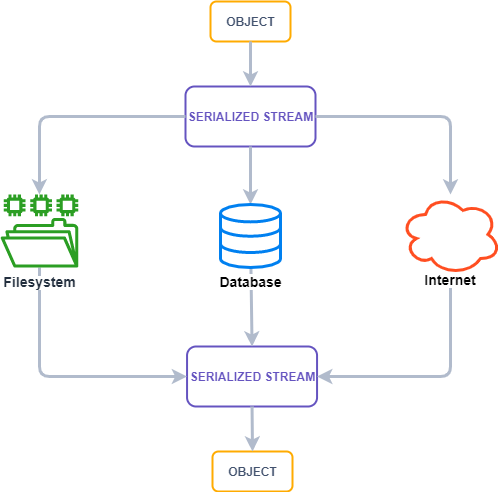
klezVirus/klezVirus.github.io keeps this draw.io diagram as images/Serialization Diagram.png. Above is the earlier version. Source tidied: cells renumbered, new cells last; positions are measured from the earlier drawing's top-left corner, leaving out a move shared by most shapes. Its diagram source:
```xml
<mxGraphModel>
  <root>
    <mxCell id="0" />
    <mxCell id="1" parent="0" />
    <mxCell id="2" value="OBJECT" style="dashed=0;html=1;rounded=1;strokeColor=#FFAB00;fontSize=12;align=center;fontStyle=1;strokeWidth=2;fontColor=#42526E;" parent="1" vertex="1">
      <mxGeometry x="210" width="80" height="40" as="geometry" />
    </mxCell>
    <mxCell id="3" value="SERIALIZED STREAM" style="dashed=0;html=1;rounded=1;strokeColor=#6554C0;fontSize=12;align=center;fontStyle=1;strokeWidth=2;fontColor=#6554C0;" parent="1" vertex="1">
      <mxGeometry x="185" y="85" width="130" height="60" as="geometry" />
    </mxCell>
    <mxCell id="4" style="edgeStyle=segmentEdgeStyle;endArrow=classic;html=1;exitX=1;exitY=0.5;exitDx=0;exitDy=0;strokeWidth=3;strokeColor=#B1BBCC;" parent="1" edge="1" source="3" target="13">
      <mxGeometry relative="1" as="geometry" />
    </mxCell>
    <mxCell id="5" style="edgeStyle=segmentEdgeStyle;endArrow=classic;html=1;exitX=0;exitY=0.5;exitDx=0;exitDy=0;strokeWidth=3;strokeColor=#B1BBCC;" parent="1" edge="1" source="3" target="11">
      <mxGeometry relative="1" as="geometry" />
    </mxCell>
    <mxCell id="6" style="endArrow=classic;html=1;exitX=0.5;exitY=1;exitDx=0;exitDy=0;strokeWidth=3;strokeColor=#B1BBCC;" parent="1" edge="1" source="3" target="12">
      <mxGeometry relative="1" as="geometry" />
    </mxCell>
    <mxCell id="7" value="SERIALIZED STREAM" style="dashed=0;html=1;rounded=1;strokeColor=#6554C0;fontSize=12;align=center;fontStyle=1;strokeWidth=2;fontColor=#6554C0;" parent="1" vertex="1">
      <mxGeometry x="186.6" y="345" width="130" height="60" as="geometry" />
    </mxCell>
    <mxCell id="8" style="edgeStyle=segmentEdgeStyle;endArrow=none;html=1;exitX=1;exitY=0.5;exitDx=0;exitDy=0;strokeWidth=3;strokeColor=#B1BBCC;startArrow=classic;startFill=1;endFill=0;" parent="1" edge="1" source="7" target="13">
      <mxGeometry relative="1" as="geometry" />
    </mxCell>
    <mxCell id="9" style="edgeStyle=segmentEdgeStyle;endArrow=none;html=1;exitX=0;exitY=0.5;exitDx=0;exitDy=0;strokeWidth=3;strokeColor=#B1BBCC;startArrow=classic;startFill=1;endFill=0;" parent="1" edge="1" source="7" target="11">
      <mxGeometry relative="1" as="geometry" />
    </mxCell>
    <mxCell id="10" style="endArrow=none;html=1;exitX=0.5;exitY=0;exitDx=0;exitDy=0;strokeWidth=3;strokeColor=#B1BBCC;startArrow=classic;startFill=1;endFill=0;" parent="1" edge="1" source="7" target="12">
      <mxGeometry relative="1" as="geometry" />
    </mxCell>
    <mxCell id="11" value="&lt;span style=&quot;background-color: rgb(255 , 255 , 255)&quot;&gt;&lt;b style=&quot;font-size: 14px&quot;&gt;Filesystem&lt;/b&gt;&lt;/span&gt;" style="outlineConnect=0;fontColor=#232F3E;gradientColor=none;fillColor=#2B9E23;strokeColor=none;dashed=0;verticalLabelPosition=bottom;verticalAlign=top;align=center;html=1;fontSize=12;fontStyle=0;shape=mxgraph.aws4.file_system;" parent="1" vertex="1">
      <mxGeometry y="193" width="78" height="73" as="geometry" />
    </mxCell>
    <mxCell id="12" value="&lt;font style=&quot;font-size: 14px&quot;&gt;&lt;b&gt;Database&lt;/b&gt;&lt;/font&gt;" style="html=1;verticalLabelPosition=bottom;align=center;labelBackgroundColor=#ffffff;verticalAlign=top;strokeWidth=3;strokeColor=#0080F0;shadow=0;dashed=0;shape=mxgraph.ios7.icons.data;" parent="1" vertex="1">
      <mxGeometry x="220" y="203" width="60" height="63" as="geometry" />
    </mxCell>
    <mxCell id="13" value="&lt;span style=&quot;background-color: rgb(255 , 255 , 255)&quot;&gt;&lt;font style=&quot;font-size: 14px&quot;&gt;&lt;b&gt;Internet&lt;/b&gt;&lt;/font&gt;&lt;/span&gt;" style="ellipse;shape=cloud;whiteSpace=wrap;html=1;strokeWidth=3;fillColor=#FFFFFF;strokeColor=#FF4E21;verticalAlign=bottom;spacingBottom=-16;" parent="1" vertex="1">
      <mxGeometry x="400" y="193" width="100" height="80" as="geometry" />
    </mxCell>
    <mxCell id="14" value="OBJECT" style="dashed=0;html=1;rounded=1;strokeColor=#FFAB00;fontSize=12;align=center;fontStyle=1;strokeWidth=2;fontColor=#42526E;" parent="1" vertex="1">
      <mxGeometry x="212" y="450" width="80" height="40" as="geometry" />
    </mxCell>
    <mxCell id="15" style="endArrow=none;html=1;exitX=0.5;exitY=0;exitDx=0;exitDy=0;strokeWidth=3;strokeColor=#B1BBCC;startArrow=classic;startFill=1;endFill=0;entryX=0.5;entryY=1;entryDx=0;entryDy=0;" parent="1" edge="1" source="14" target="7">
      <mxGeometry relative="1" as="geometry" />
    </mxCell>
    <mxCell id="16" style="endArrow=none;html=1;exitX=0.5;exitY=0;exitDx=0;exitDy=0;strokeWidth=3;strokeColor=#B1BBCC;startArrow=classic;startFill=1;endFill=0;entryX=0.5;entryY=1;entryDx=0;entryDy=0;" parent="1" edge="1" source="3" target="2">
      <mxGeometry relative="1" as="geometry" />
    </mxCell>
  </root>
</mxGraphModel>
```
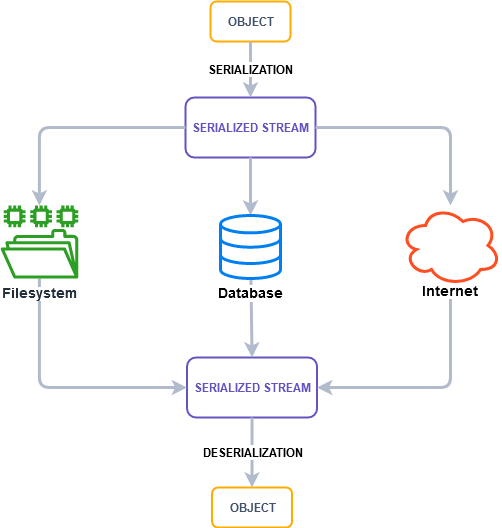
After the commit.

Change to the diagram source:
```diff
@@ -3,7 +3,7 @@
     <mxCell id="0" />
     <mxCell id="1" parent="0" />
     <mxCell id="2" value="OBJECT" style="dashed=0;html=1;rounded=1;strokeColor=#FFAB00;fontSize=12;align=center;fontStyle=1;strokeWidth=2;fontColor=#42526E;" parent="1" vertex="1">
-      <mxGeometry x="210" width="80" height="40" as="geometry" />
+      <mxGeometry x="210" y="-11" width="80" height="40" as="geometry" />
     </mxCell>
     <mxCell id="3" value="SERIALIZED STREAM" style="dashed=0;html=1;rounded=1;strokeColor=#6554C0;fontSize=12;align=center;fontStyle=1;strokeWidth=2;fontColor=#6554C0;" parent="1" vertex="1">
       <mxGeometry x="185" y="85" width="130" height="60" as="geometry" />
@@ -39,12 +39,12 @@
       <mxGeometry x="400" y="193" width="100" height="80" as="geometry" />
     </mxCell>
     <mxCell id="14" value="OBJECT" style="dashed=0;html=1;rounded=1;strokeColor=#FFAB00;fontSize=12;align=center;fontStyle=1;strokeWidth=2;fontColor=#42526E;" parent="1" vertex="1">
-      <mxGeometry x="212" y="450" width="80" height="40" as="geometry" />
+      <mxGeometry x="211.6" y="475" width="80" height="40" as="geometry" />
     </mxCell>
-    <mxCell id="15" style="endArrow=none;html=1;exitX=0.5;exitY=0;exitDx=0;exitDy=0;strokeWidth=3;strokeColor=#B1BBCC;startArrow=classic;startFill=1;endFill=0;entryX=0.5;entryY=1;entryDx=0;entryDy=0;" parent="1" edge="1" source="14" target="7">
+    <mxCell id="15" value="&lt;b&gt;&lt;font style=&quot;font-size: 12px&quot;&gt;DESERIALIZATION&lt;/font&gt;&lt;/b&gt;" style="endArrow=none;html=1;exitX=0.5;exitY=0;exitDx=0;exitDy=0;strokeWidth=3;strokeColor=#B1BBCC;startArrow=classic;startFill=1;endFill=0;entryX=0.5;entryY=1;entryDx=0;entryDy=0;" parent="1" edge="1" source="14" target="7">
       <mxGeometry relative="1" as="geometry" />
     </mxCell>
-    <mxCell id="16" style="endArrow=none;html=1;exitX=0.5;exitY=0;exitDx=0;exitDy=0;strokeWidth=3;strokeColor=#B1BBCC;startArrow=classic;startFill=1;endFill=0;entryX=0.5;entryY=1;entryDx=0;entryDy=0;" parent="1" edge="1" source="3" target="2">
+    <mxCell id="16" value="&lt;font size=&quot;1&quot;&gt;&lt;b style=&quot;font-size: 12px&quot;&gt;SERIALIZATION&lt;/b&gt;&lt;/font&gt;" style="endArrow=none;html=1;exitX=0.5;exitY=0;exitDx=0;exitDy=0;strokeWidth=3;strokeColor=#B1BBCC;startArrow=classic;startFill=1;endFill=0;entryX=0.5;entryY=1;entryDx=0;entryDy=0;" parent="1" edge="1" source="3" target="2">
       <mxGeometry relative="1" as="geometry" />
     </mxCell>
   </root>
```
